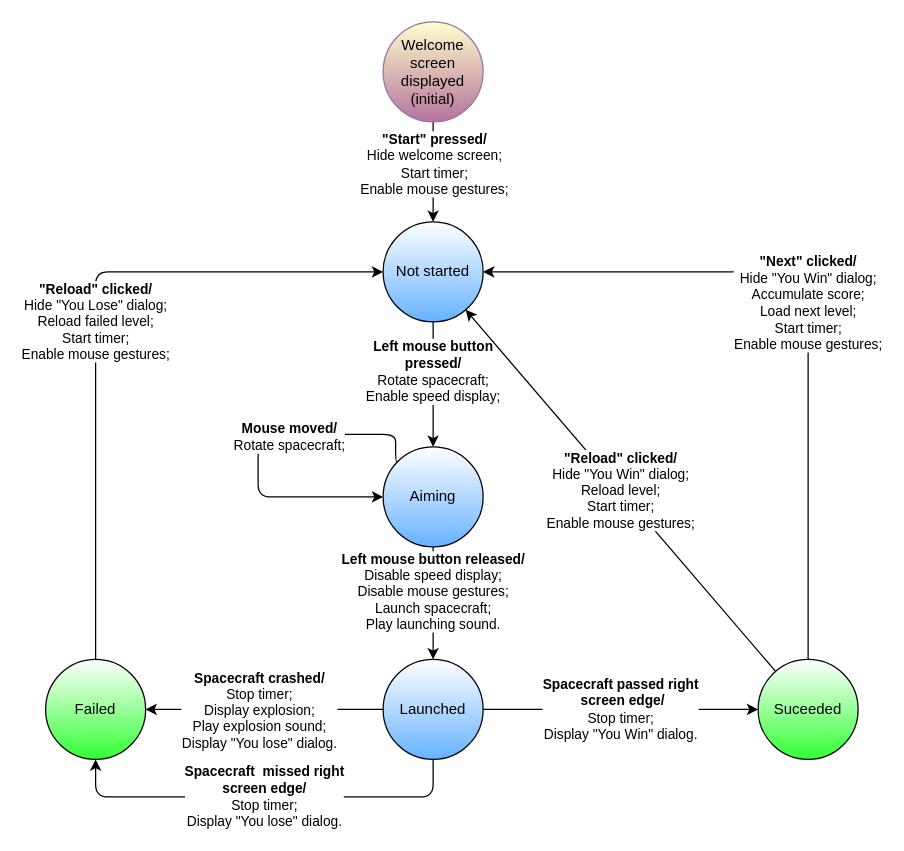
Earlier version of the draw.io diagram page "states" (2 of 5) of docs/diagrams.drawio (lbownik/star-drifter). Source tidied: cells renumbered, new cells numbered last; positions are measured from the earlier drawing's top-left corner, leaving out a move shared by most shapes. Both pictures are drawn from the tidied source at 125%, with x=0, y=0 at pixel (45, 21).
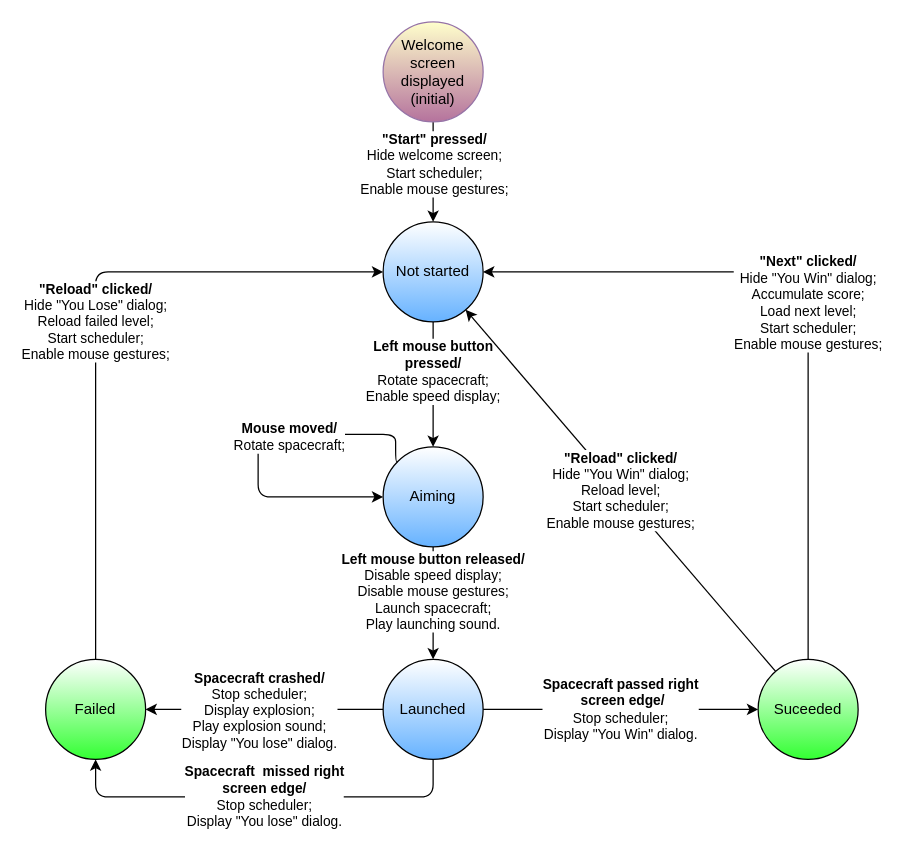
The same page after the edit.

Unchanged cells that the change refers to:
```xml
<mxCell id="2" value="Not started" style="ellipse;whiteSpace=wrap;html=1;gradientColor=#66B2FF;" parent="1" vertex="1">
  <mxGeometry x="270" y="160" width="80" height="80" as="geometry" />
</mxCell>
<mxCell id="3" style="endArrow=classic;html=1;exitX=0.5;exitY=1;exitDx=0;exitDy=0;" parent="1" edge="1" source="20" target="2">
  <mxGeometry relative="1" as="geometry" />
</mxCell>
<mxCell id="6" value="Launched" style="ellipse;whiteSpace=wrap;html=1;gradientColor=#66B2FF;" parent="1" vertex="1">
  <mxGeometry x="270" y="510" width="80" height="80" as="geometry" />
</mxCell>
<mxCell id="7" value="Suceeded" style="ellipse;whiteSpace=wrap;html=1;gradientColor=#33FF33;" parent="1" vertex="1">
  <mxGeometry x="570" y="510" width="80" height="80" as="geometry" />
</mxCell>
<mxCell id="8" value="Failed" style="ellipse;whiteSpace=wrap;html=1;gradientColor=#33FF33;" parent="1" vertex="1">
  <mxGeometry y="510" width="80" height="80" as="geometry" />
</mxCell>
<mxCell id="13" style="endArrow=classic;html=1;exitX=0;exitY=0.5;exitDx=0;exitDy=0;" parent="1" edge="1" source="6" target="8">
  <mxGeometry relative="1" as="geometry" />
</mxCell>
```

The edit, as a diff of the source:
```diff
@@
-    <mxCell id="4" value="&lt;b&gt;&quot;Start&quot; pressed/&lt;/b&gt;&lt;br&gt;Hide welcome screen;&lt;br&gt;Start timer;&lt;br&gt;Enable mouse gestures;" style="edgeLabel;html=1;align=center;verticalAlign=middle;" parent="3" vertex="1">
+    <mxCell id="4" value="&lt;b&gt;&quot;Start&quot; pressed/&lt;/b&gt;&lt;br&gt;Hide welcome screen;&lt;br&gt;Start scheduler;&lt;br&gt;Enable mouse gestures;" style="edgeLabel;html=1;align=center;verticalAlign=middle;" parent="3" vertex="1">
       <mxGeometry x="-0.18" relative="1" as="geometry" />
     </mxCell>
@@
-    <mxCell id="14" value="&lt;b&gt;Spacecraft crashed/&lt;/b&gt;&lt;br&gt;Stop timer;&lt;br&gt;Display explosion;&lt;br&gt;Play explosion sound;&lt;br&gt;Display &quot;You lose&quot; dialog." style="edgeLabel;html=1;align=center;verticalAlign=middle;" parent="13" vertex="1">
+    <mxCell id="14" value="&lt;b&gt;Spacecraft crashed/&lt;/b&gt;&lt;br&gt;Stop scheduler;&lt;br&gt;Display explosion;&lt;br&gt;Play explosion sound;&lt;br&gt;Display &quot;You lose&quot; dialog." style="edgeLabel;html=1;align=center;verticalAlign=middle;" parent="13" vertex="1">
       <mxGeometry x="0.23" y="2" relative="1" as="geometry">
         <mxPoint x="17" y="-2" as="offset" />
       </mxGeometry>
     </mxCell>
-    <mxCell id="15" value="&lt;b&gt;Spacecraft&amp;nbsp; missed right&lt;br&gt;screen edge/&lt;br&gt;&lt;/b&gt;Stop timer;&lt;br&gt;Display &quot;You lose&quot; dialog." style="endArrow=classic;html=1;exitX=0.5;exitY=1;exitDx=0;exitDy=0;entryX=0.5;entryY=1;entryDx=0;entryDy=0;edgeStyle=orthogonalEdgeStyle;" parent="1" edge="1" source="6" target="8">
+    <mxCell id="15" value="&lt;b&gt;Spacecraft&amp;nbsp; missed right&lt;br&gt;screen edge/&lt;br&gt;&lt;/b&gt;Stop scheduler;&lt;br&gt;Display &quot;You lose&quot; dialog." style="endArrow=classic;html=1;exitX=0.5;exitY=1;exitDx=0;exitDy=0;entryX=0.5;entryY=1;entryDx=0;entryDy=0;edgeStyle=orthogonalEdgeStyle;" parent="1" edge="1" source="6" target="8">
       <mxGeometry relative="1" as="geometry">
         <Array as="points">
           <mxPoint x="310" y="620" />
           <mxPoint x="40" y="620" />
         </Array>
       </mxGeometry>
     </mxCell>
-    <mxCell id="16" value="&lt;b&gt;Spacecraft passed right&lt;br&gt;&amp;nbsp;screen edge/&lt;/b&gt;&lt;br&gt;Stop timer;&lt;br&gt;Display &quot;You Win&quot; dialog." style="endArrow=classic;html=1;exitX=1;exitY=0.5;exitDx=0;exitDy=0;" parent="1" edge="1" source="6" target="7">
+    <mxCell id="16" value="&lt;b&gt;Spacecraft passed right&lt;br&gt;&amp;nbsp;screen edge/&lt;/b&gt;&lt;br&gt;Stop scheduler;&lt;br&gt;Display &quot;You Win&quot; dialog." style="endArrow=classic;html=1;exitX=1;exitY=0.5;exitDx=0;exitDy=0;" parent="1" edge="1" source="6" target="7">
       <mxGeometry relative="1" as="geometry" />
     </mxCell>
-    <mxCell id="17" value="&lt;b&gt;&quot;Reload&quot;&amp;nbsp;clicked/&lt;/b&gt;&lt;br&gt;Hide &quot;You Lose&quot; dialog;&lt;br&gt;Reload failed level;&lt;br&gt;Start timer;&lt;br&gt;Enable mouse gestures;" style="endArrow=classic;html=1;exitX=0.5;exitY=0;exitDx=0;exitDy=0;entryX=0;entryY=0.5;entryDx=0;entryDy=0;edgeStyle=orthogonalEdgeStyle;" parent="1" edge="1" source="8" target="2">
+    <mxCell id="17" value="&lt;b&gt;&quot;Reload&quot;&amp;nbsp;clicked/&lt;/b&gt;&lt;br&gt;Hide &quot;You Lose&quot; dialog;&lt;br&gt;Reload failed level;&lt;br&gt;Start scheduler;&lt;br&gt;Enable mouse gestures;" style="endArrow=classic;html=1;exitX=0.5;exitY=0;exitDx=0;exitDy=0;entryX=0;entryY=0.5;entryDx=0;entryDy=0;edgeStyle=orthogonalEdgeStyle;" parent="1" edge="1" source="8" target="2">
       <mxGeometry relative="1" as="geometry" />
     </mxCell>
-    <mxCell id="18" value="&lt;b&gt;&quot;Reload&quot; clicked/&lt;/b&gt;&lt;br&gt;Hide &quot;You Win&quot; dialog;&lt;br&gt;Reload level;&lt;br&gt;Start timer;&lt;br&gt;Enable mouse gestures;" style="endArrow=classic;html=1;" parent="1" edge="1" source="7" target="2">
+    <mxCell id="18" value="&lt;b&gt;&quot;Reload&quot; clicked/&lt;/b&gt;&lt;br&gt;Hide &quot;You Win&quot; dialog;&lt;br&gt;Reload level;&lt;br&gt;Start scheduler;&lt;br&gt;Enable mouse gestures;" style="endArrow=classic;html=1;" parent="1" edge="1" source="7" target="2">
       <mxGeometry relative="1" as="geometry" />
     </mxCell>
-    <mxCell id="19" value="&lt;b&gt;&quot;Next&quot;&amp;nbsp;clicked/&lt;/b&gt;&lt;br&gt;Hide &quot;You Win&quot; dialog;&lt;br&gt;Accumulate score;&lt;br&gt;Load next level;&lt;br&gt;Start timer;&lt;br&gt;Enable mouse gestures;" style="endArrow=classic;html=1;exitX=0.5;exitY=0;exitDx=0;exitDy=0;edgeStyle=orthogonalEdgeStyle;entryX=1;entryY=0.5;entryDx=0;entryDy=0;" parent="1" edge="1" source="7" target="2">
+    <mxCell id="19" value="&lt;b&gt;&quot;Next&quot;&amp;nbsp;clicked/&lt;/b&gt;&lt;br&gt;Hide &quot;You Win&quot; dialog;&lt;br&gt;Accumulate score;&lt;br&gt;Load next level;&lt;br&gt;Start scheduler;&lt;br&gt;Enable mouse gestures;" style="endArrow=classic;html=1;exitX=0.5;exitY=0;exitDx=0;exitDy=0;edgeStyle=orthogonalEdgeStyle;entryX=1;entryY=0.5;entryDx=0;entryDy=0;" parent="1" edge="1" source="7" target="2">
       <mxGeometry relative="1" as="geometry" />
     </mxCell>
```
